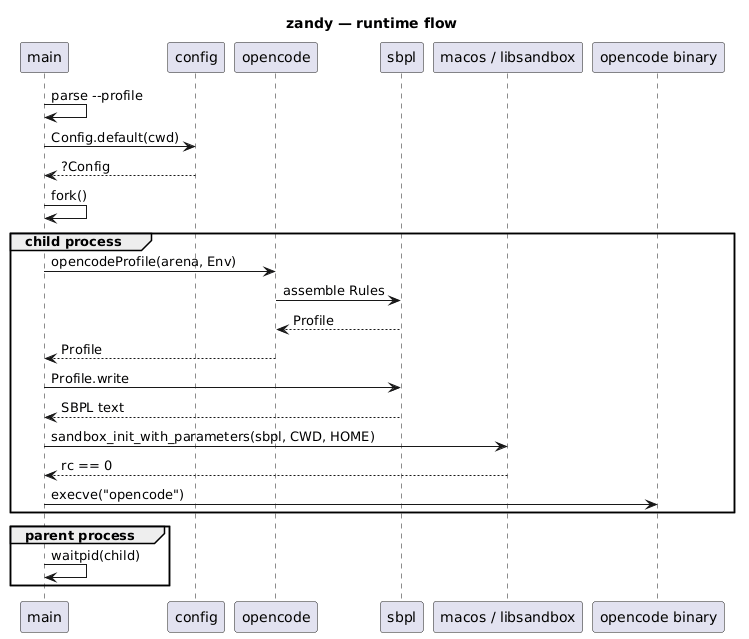
This is docs/runtime-flow.png from tbsklg/zandy, a PlantUML export, as it was before one commit.
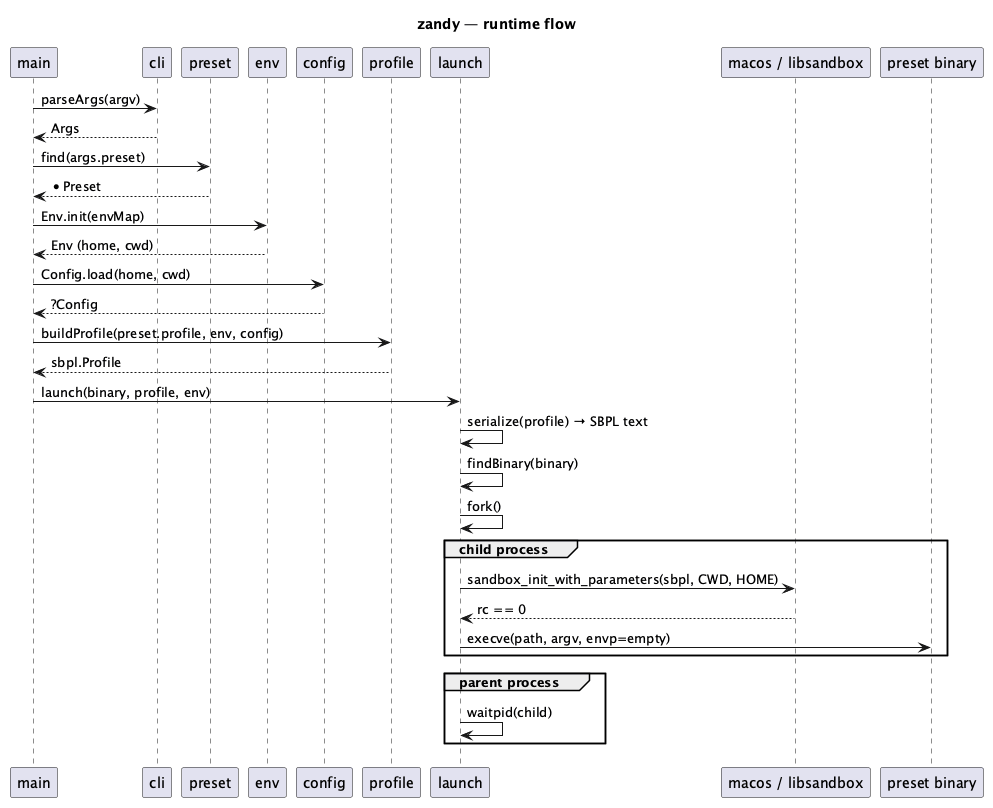
The same file after the commit.

Change to the diagram source:
```diff
@@ -1,34 +1,44 @@
-@startuml
+@startuml runtime-flow
 title zandy — runtime flow
 
 skinparam shadowing false
 
 participant "main" as Main
+participant "cli" as Cli
+participant "preset" as Preset
+participant "env" as Env
 participant "config" as Config
-participant "opencode" as Opencode
-participant "sbpl" as Sbpl
+participant "profile" as Profile
+participant "launch" as Launch
 participant "macos / libsandbox" as Sandbox
-participant "opencode binary" as Bin
+participant "preset binary" as Bin
 
-Main -> Main : parse --profile
-Main -> Config : Config.default(cwd)
+Main -> Cli : parseArgs(argv)
+Cli --> Main : Args
+Main -> Preset : find(args.preset)
+Preset --> Main : *Preset
+
+Main -> Env : Env.init(envMap)
+Env --> Main : Env (home, cwd)
+Main -> Config : Config.load(home, cwd)
 Config --> Main : ?Config
+Main -> Profile : buildProfile(preset.profile, env, config)
+Profile --> Main : sbpl.Profile
 
-Main -> Main : fork()
+Main -> Launch : launch(binary, profile, env)
+Launch -> Launch : serialize(profile) → SBPL text
+Launch -> Launch : findBinary(binary)
+
+Launch -> Launch : fork()
 
 group child process
-  Main -> Opencode : opencodeProfile(arena, Env)
-  Opencode -> Sbpl : assemble Rules
-  Sbpl --> Opencode : Profile
-  Opencode --> Main : Profile
-  Main -> Sbpl : Profile.write
-  Sbpl --> Main : SBPL text
-  Main -> Sandbox : sandbox_init_with_parameters(sbpl, CWD, HOME)
-  Sandbox --> Main : rc == 0
-  Main -> Bin : execve("opencode")
+  Launch -> Sandbox : sandbox_init_with_parameters(sbpl, CWD, HOME)
+  Sandbox --> Launch : rc == 0
+  Launch -> Bin : execve(path, argv, envp=empty)
 end
 
 group parent process
-  Main -> Main : waitpid(child)
+  Launch -> Launch : waitpid(child)
 end
+
 @enduml
```
